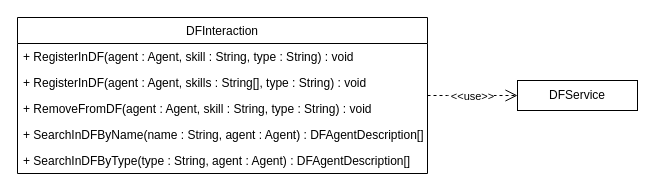
Above: doc/Drawio/DF_Class_Diagram.drawio in thggs/Thesis (draw.io), before the change. Source tidied: cells renumbered, new cells numbered last; positions are measured from the earlier drawing's top-left corner, leaving out a move shared by most shapes. Both pictures are drawn from the tidied source at 100%, with x=0, y=0 at pixel (17, 17).
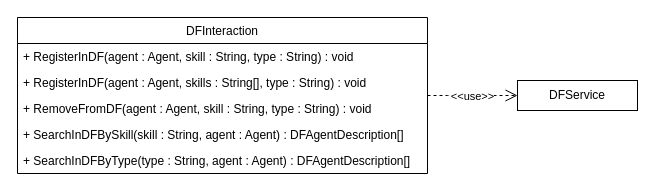
After the change.

Diff of the diagram source:
```diff
@@
 <mxGraphModel>
   <root>
     <mxCell id="0" />
     <mxCell id="1" parent="0" />
     <mxCell id="2" value="DFInteraction" style="swimlane;fontStyle=0;align=center;verticalAlign=top;horizontal=1;startSize=26;rounded=0;shadow=0;strokeWidth=1;" parent="1" vertex="1">
       <mxGeometry width="410" height="156" as="geometry" />
     </mxCell>
     <mxCell id="3" value="+ RegisterInDF(agent : Agent, skill : String, type : String) : void" style="text;align=left;verticalAlign=top;spacingLeft=4;spacingRight=4;overflow=hidden;fontStyle=0;" parent="2" vertex="1">
       <mxGeometry y="26" width="410" height="26" as="geometry" />
     </mxCell>
     <mxCell id="4" value="+ RegisterInDF(agent : Agent, skills : String[], type : String) : void" style="text;align=left;verticalAlign=top;spacingLeft=4;spacingRight=4;overflow=hidden;points=[[0,0.5],[1,0.5]];portConstraint=eastwest;fontStyle=0;" parent="2" vertex="1">
       <mxGeometry y="52" width="410" height="26" as="geometry" />
     </mxCell>
     <mxCell id="5" value="+ RemoveFromDF(agent : Agent, skill : String, type : String) : void" style="text;align=left;verticalAlign=top;spacingLeft=4;spacingRight=4;overflow=hidden;fontStyle=0;" parent="2" vertex="1">
       <mxGeometry y="78" width="410" height="26" as="geometry" />
     </mxCell>
-    <mxCell id="6" value="+ SearchInDFByName(name : String, agent : Agent) : DFAgentDescription[]" style="text;align=left;verticalAlign=top;spacingLeft=4;spacingRight=4;overflow=hidden;fontStyle=0;" parent="2" vertex="1">
+    <mxCell id="6" value="+ SearchInDFBySkill(skill : String, agent : Agent) : DFAgentDescription[]" style="text;align=left;verticalAlign=top;spacingLeft=4;spacingRight=4;overflow=hidden;fontStyle=0;" parent="2" vertex="1">
       <mxGeometry y="104" width="410" height="26" as="geometry" />
     </mxCell>
     <mxCell id="7" value="+ SearchInDFByType(type : String, agent : Agent) : DFAgentDescription[]" style="text;align=left;verticalAlign=top;spacingLeft=4;spacingRight=4;overflow=hidden;fontStyle=0;" parent="2" vertex="1">
       <mxGeometry y="130" width="410" height="26" as="geometry" />
     </mxCell>
     <mxCell id="8" value="DFService" style="rounded=0;whiteSpace=wrap;html=1;" parent="1" vertex="1">
       <mxGeometry x="500" y="63" width="120" height="30" as="geometry" />
     </mxCell>
     <mxCell id="9" style="edgeStyle=orthogonalEdgeStyle;rounded=0;jettySize=auto;html=1;dashed=1;endSize=10;endArrow=open;endFill=0;" parent="1" edge="1" source="4" target="8">
       <mxGeometry relative="1" as="geometry">
         <Array as="points">
           <mxPoint x="430" y="78" />
           <mxPoint x="430" y="78" />
         </Array>
       </mxGeometry>
     </mxCell>
     <mxCell id="10" value="&amp;lt;&amp;lt;use&amp;gt;&amp;gt;" style="edgeLabel;html=1;align=center;verticalAlign=middle;" parent="9" vertex="1">
       <mxGeometry x="-0.03" y="1" relative="1" as="geometry">
         <mxPoint y="1" as="offset" />
       </mxGeometry>
     </mxCell>
   </root>
 </mxGraphModel>
```
